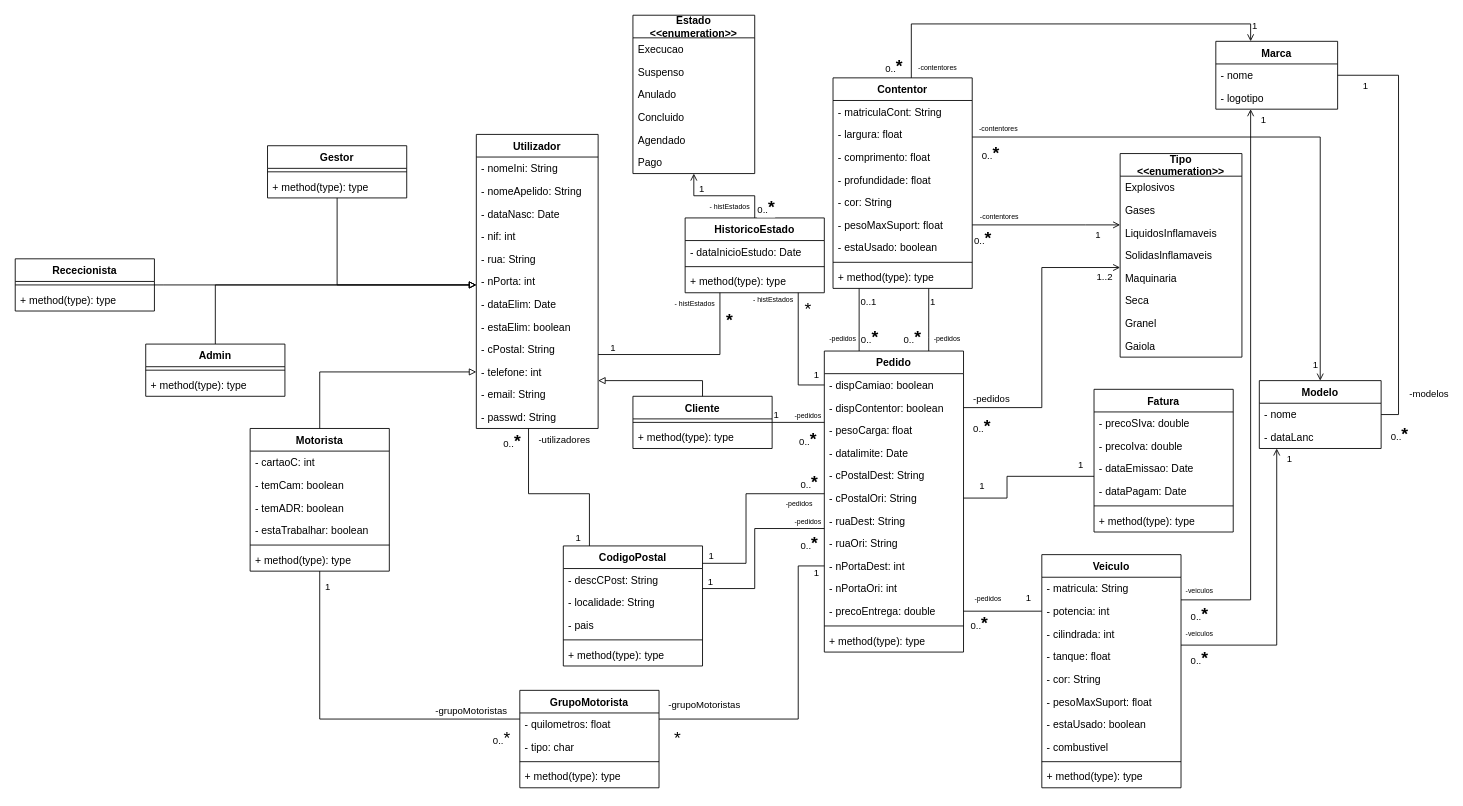
Above: page "Modelo de Classes" (3 of 8) of Trab.drawio in Team-Work-Forever/ReiPort-Enterprise (draw.io), before the change. Source tidied: cells renumbered, new cells numbered last; positions are measured from the earlier drawing's top-left corner, leaving out a move shared by most shapes. Both pictures are drawn from the tidied source at 87%, with x=0, y=0 at pixel (15, 15).
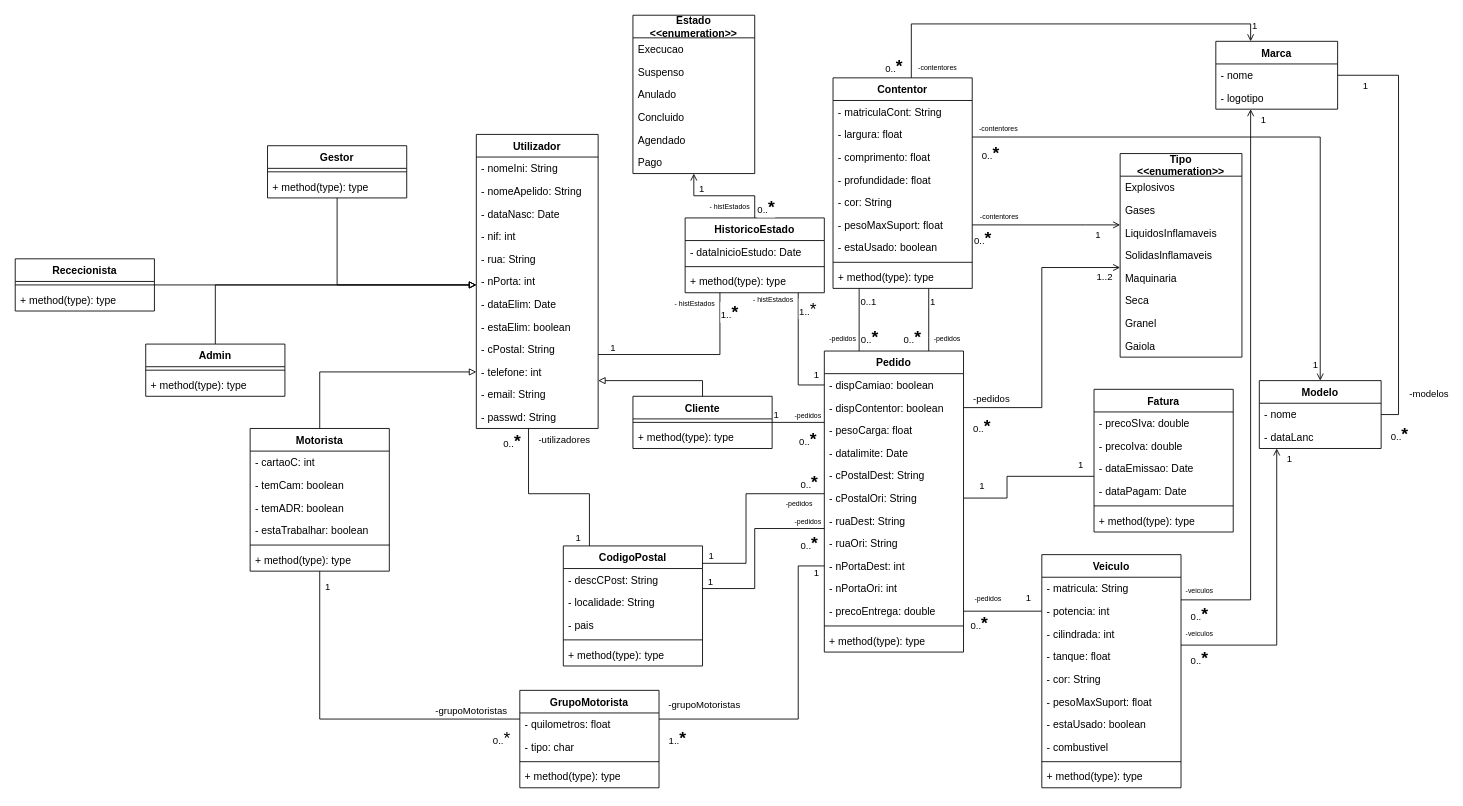
Above is the later version.

The change refers to these unchanged cells:
```xml
<mxCell id="135" style="endArrow=none;endFill=0;html=1;edgeStyle=orthogonalEdgeStyle;align=left;verticalAlign=top;rounded=0;shadow=0;sketch=0;fontColor=#000000;" parent="1" edge="1" source="55" target="192">
  <mxGeometry x="-1" relative="1" as="geometry">
    <Array as="points">
      <mxPoint x="900" y="633" />
      <mxPoint x="900" y="809" />
    </Array>
  </mxGeometry>
</mxCell>
<mxCell id="157" style="edgeStyle=orthogonalEdgeStyle;rounded=0;jettySize=auto;html=1;startArrow=none;startFill=0;endArrow=none;endFill=0;fontColor=#000000;" parent="1" edge="1" source="85" target="47">
  <mxGeometry relative="1" as="geometry">
    <Array as="points">
      <mxPoint x="900" y="425" />
    </Array>
  </mxGeometry>
</mxCell>
<mxCell id="161" style="edgeStyle=orthogonalEdgeStyle;rounded=0;jettySize=auto;html=1;fontSize=11;endArrow=none;endFill=0;fontColor=#000000;" parent="1" edge="1" source="85" target="72">
  <mxGeometry relative="1" as="geometry">
    <Array as="points">
      <mxPoint x="810" y="390" />
    </Array>
  </mxGeometry>
</mxCell>
```

Diff of the diagram source:
```diff
@@
-    <mxCell id="136" value="&lt;div style=&quot;text-align: right;&quot;&gt;&lt;span style=&quot;font-weight: 400;&quot;&gt;*&lt;/span&gt;&lt;/div&gt;" style="edgeLabel;html=1;align=center;verticalAlign=top;fontStyle=1;labelPosition=center;verticalLabelPosition=bottom;fontSize=20;fontColor=#000000;" parent="135" vertex="1">
+    <mxCell id="136" value="&lt;div style=&quot;text-align: right;&quot;&gt;&lt;font style=&quot;border-color: var(--border-color); font-size: 11px; font-weight: 400; text-align: center;&quot;&gt;1..&lt;/font&gt;*&lt;br&gt;&lt;/div&gt;" style="edgeLabel;html=1;align=center;verticalAlign=top;fontStyle=1;labelPosition=center;verticalLabelPosition=bottom;fontSize=20;fontColor=#000000;" parent="135" vertex="1">
       <mxGeometry x="0.6" y="-2" relative="1" as="geometry">
         <mxPoint x="-53" y="5" as="offset" />
       </mxGeometry>
     </mxCell>
@@
-    <mxCell id="158" value="*" style="edgeLabel;html=1;align=center;verticalAlign=middle;fontSize=20;fontColor=#000000;" parent="157" vertex="1">
+    <mxCell id="158" value="&lt;font style=&quot;border-color: var(--border-color); font-size: 11px;&quot;&gt;1..&lt;/font&gt;*" style="edgeLabel;html=1;align=center;verticalAlign=middle;fontSize=20;fontColor=#000000;" parent="157" vertex="1">
       <mxGeometry x="-0.63" y="-1" relative="1" as="geometry">
         <mxPoint x="11" y="-8" as="offset" />
       </mxGeometry>
     </mxCell>
@@
-    <mxCell id="162" value="&lt;span style=&quot;font-size: 20px; font-weight: 700;&quot;&gt;*&lt;/span&gt;" style="edgeLabel;html=1;align=center;verticalAlign=middle;fontSize=11;fontColor=#000000;" parent="161" vertex="1">
+    <mxCell id="162" value="&lt;font style=&quot;border-color: var(--border-color);&quot;&gt;1..&lt;/font&gt;&lt;b&gt;&lt;font style=&quot;font-size: 20px;&quot;&gt;*&lt;/font&gt;&lt;/b&gt;" style="edgeLabel;html=1;align=center;verticalAlign=middle;fontSize=11;fontColor=#000000;" parent="161" vertex="1">
       <mxGeometry x="-0.76" relative="1" as="geometry">
-        <mxPoint x="10" y="5" as="offset" />
+        <mxPoint x="10" y="-4" as="offset" />
       </mxGeometry>
     </mxCell>
```
